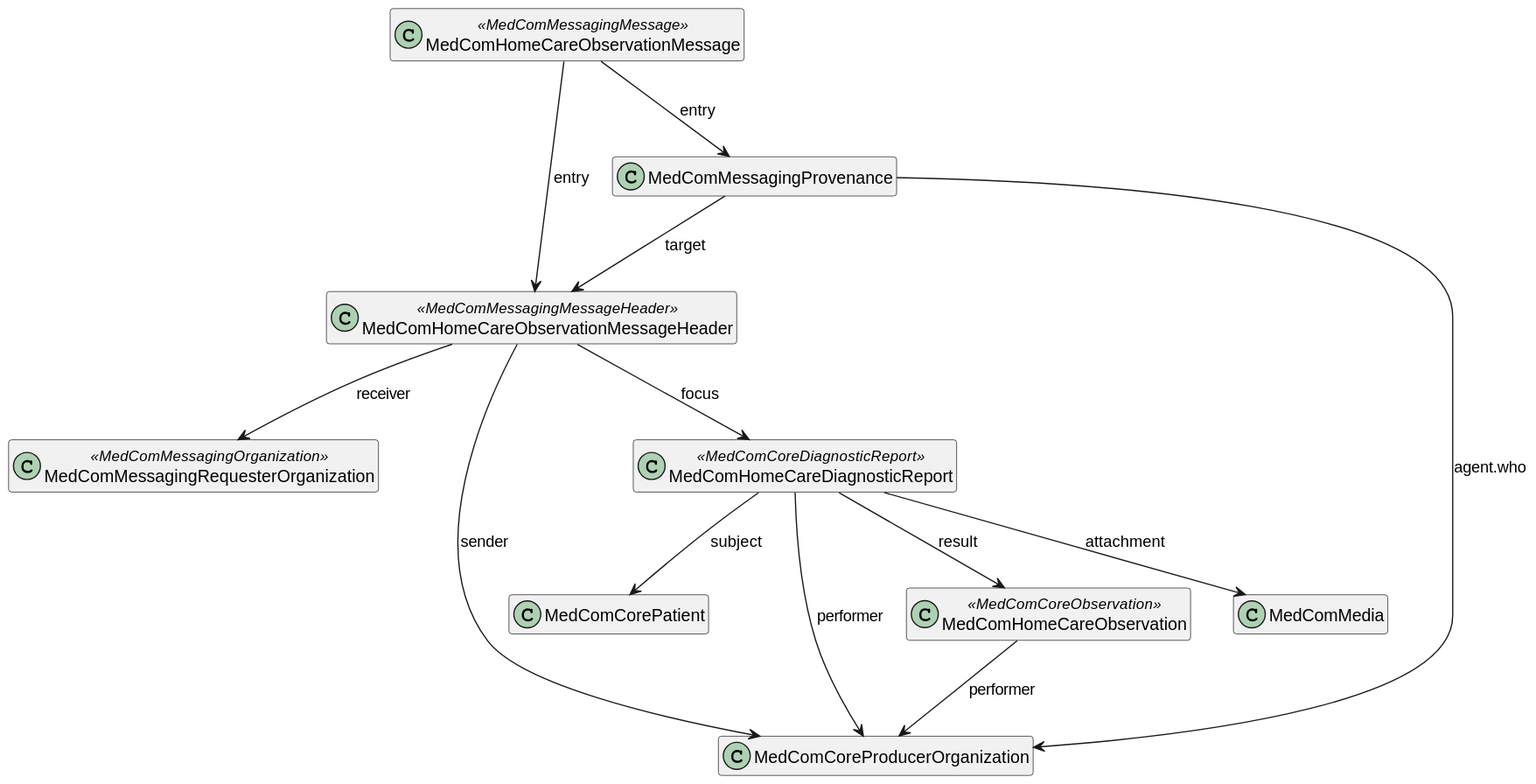
medcomdk/dk_MunicipalityObservationResults keeps this PlantUML diagram as input/images/HomeCareObservation/HomeCareObservationMessage.svg. Above is the earlier version.
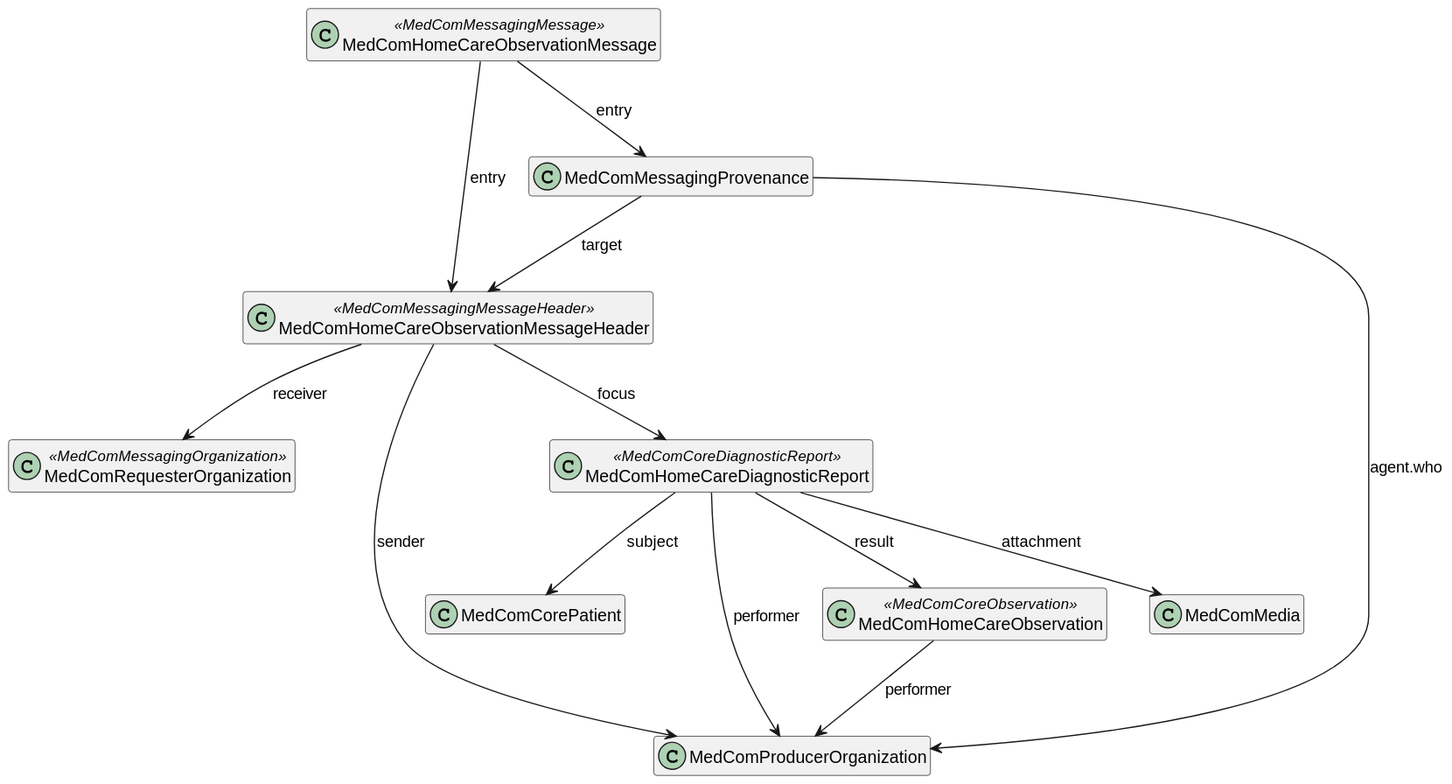
After the commit.

Change to the diagram source:
```diff
@@ -7,9 +7,9 @@
 class "MedComHomeCareObservationMessage" as message <<MedComMessagingMessage>>
 class "MedComHomeCareObservationMessageHeader" as messageheader <<MedComMessagingMessageHeader>>
 class "MedComMessagingProvenance" as provenance
-class "MedComMessagingRequesterOrganization" as observationRequester <<MedComMessagingOrganization>>
+class "MedComRequesterOrganization" as observationRequester <<MedComMessagingOrganization>>
 class "MedComCorePatient" as patient
-class "MedComCoreProducerOrganization" as organization
+class "MedComProducerOrganization" as organization
 class "MedComHomeCareDiagnosticReport" as diagnosticReport <<MedComCoreDiagnosticReport>>
 class "MedComHomeCareObservation" as coreobservation <<MedComCoreObservation>>
 class "MedComMedia" as media
```
